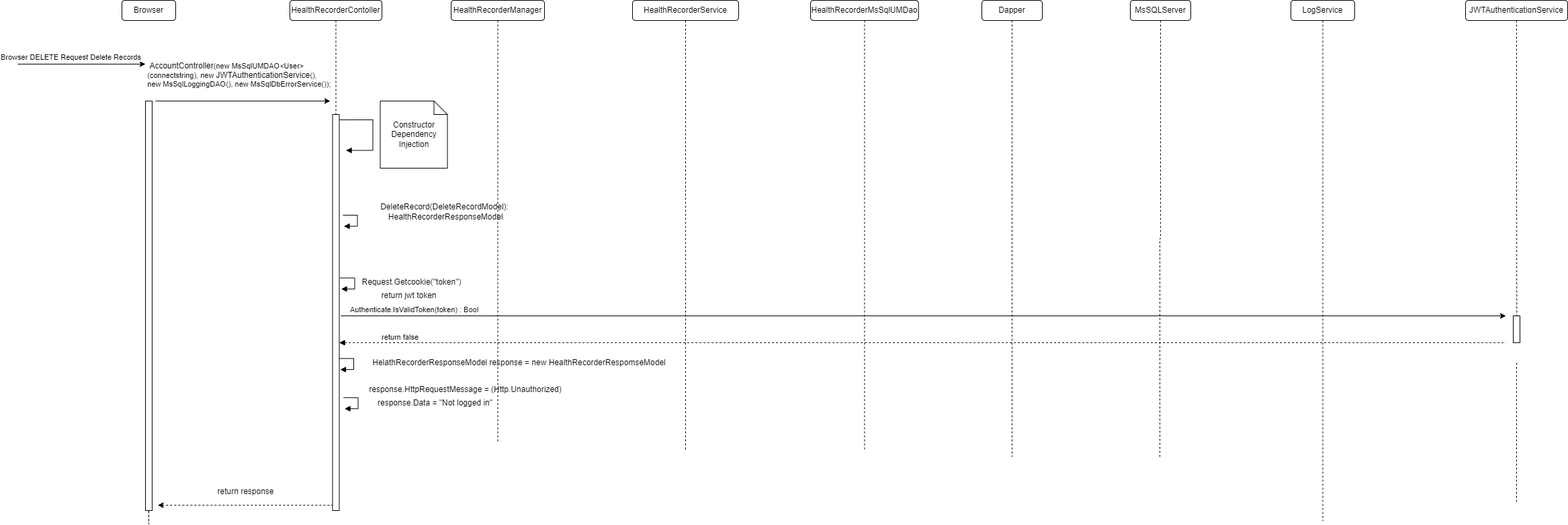
Before: Documents/Features/Feature - Health Recorder/DeleteRecords/DeleteRecord-No Cookie.drawio.png, a diagram exported from draw.io (Annihilator3180/CECS-491A-Senior-Project). Source tidied: cells renumbered, new cells last; positions are measured from the earlier drawing's top-left corner, leaving out a move shared by most shapes.
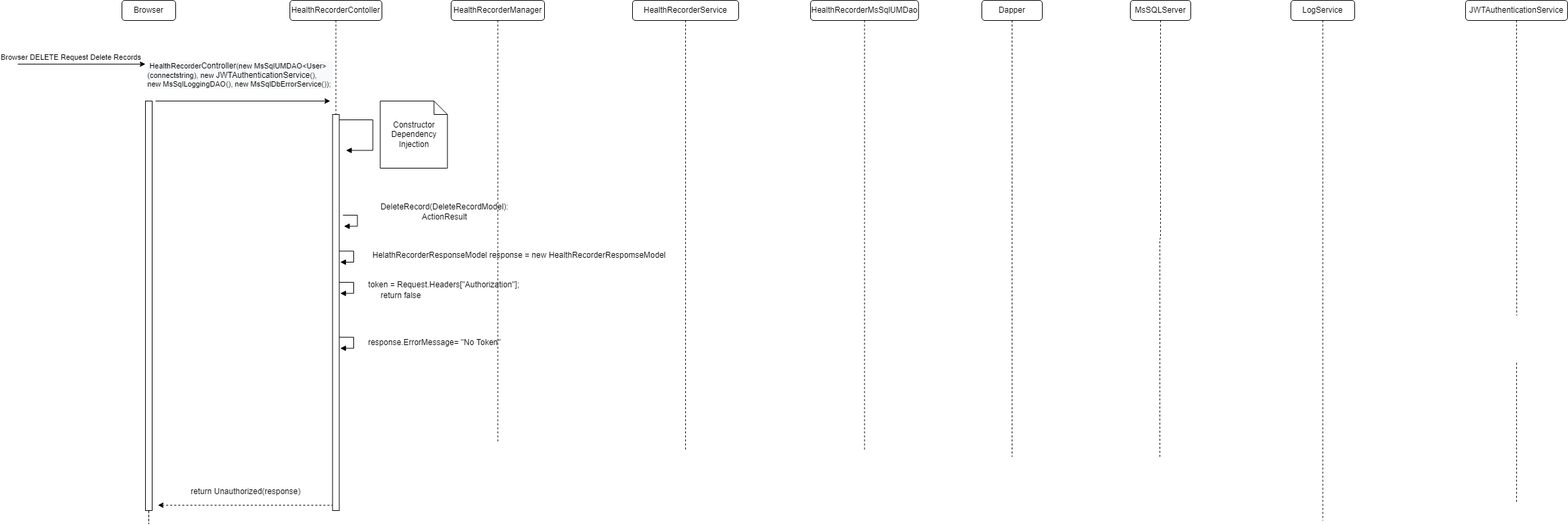
After the commit.

Change to the diagram source:
```diff
@@ -48,7 +48,7 @@
         <mxPoint x="465" y="150" as="targetPoint" />
       </mxGeometry>
     </mxCell>
-    <mxCell id="14" value="&lt;div style=&quot;text-align: left&quot;&gt;&amp;nbsp;&lt;span style=&quot;font-size: 12px ; text-align: center ; background-color: rgb(248 , 249 , 250)&quot;&gt;AccountController&lt;/span&gt;(new MsSqlUMDAO&amp;lt;User&amp;gt;&lt;br&gt;&lt;/div&gt;&lt;div style=&quot;text-align: left&quot;&gt;(connectstring), new&amp;nbsp;&lt;span style=&quot;font-size: 12px ; text-align: center ; background-color: rgb(248 , 249 , 250)&quot;&gt;JWTAuthenticationService&lt;/span&gt;(),&amp;nbsp;&lt;/div&gt;&lt;div style=&quot;text-align: left&quot;&gt;new MsSqlLoggingDAO(), new MsSqlDbErrorService());&amp;nbsp;&lt;/div&gt;" style="edgeLabel;html=1;align=center;verticalAlign=middle;" parent="13" vertex="1">
+    <mxCell id="14" value="&lt;div style=&quot;text-align: left&quot;&gt;&lt;div style=&quot;background-color: rgb(248 , 249 , 250)&quot;&gt;&amp;nbsp;HealthRecorder&lt;span style=&quot;font-size: 12px ; text-align: center&quot;&gt;Controller&lt;/span&gt;(new MsSqlUMDAO&amp;lt;User&amp;gt;&lt;br&gt;&lt;/div&gt;&lt;div style=&quot;background-color: rgb(248 , 249 , 250)&quot;&gt;(connectstring), new&amp;nbsp;&lt;span style=&quot;font-size: 12px ; text-align: center&quot;&gt;JWTAuthenticationService&lt;/span&gt;(),&amp;nbsp;&lt;/div&gt;&lt;div style=&quot;background-color: rgb(248 , 249 , 250)&quot;&gt;new MsSqlLoggingDAO(), new MsSqlDbErrorService());&amp;nbsp;&lt;/div&gt;&lt;/div&gt;" style="edgeLabel;html=1;align=center;verticalAlign=middle;" parent="13" vertex="1">
       <mxGeometry x="0.57" y="-1" relative="1" as="geometry">
         <mxPoint x="-79" y="-41" as="offset" />
       </mxGeometry>
@@ -66,8 +66,10 @@
     <mxCell id="16" value="Constructor Dependency Injection" style="shape=note;size=20;whiteSpace=wrap;html=1;" parent="1" vertex="1">
       <mxGeometry x="539.5" y="150" width="100" height="100" as="geometry" />
     </mxCell>
-    <mxCell id="17" style="edgeStyle=orthogonalEdgeStyle;rounded=0;jettySize=auto;html=1;dashed=1;endArrow=none;endFill=0;entryX=0.521;entryY=-0.012;entryDx=0;entryDy=0;entryPerimeter=0;" parent="1" edge="1" source="18" target="43">
-      <mxGeometry relative="1" as="geometry" />
+    <mxCell id="17" style="edgeStyle=orthogonalEdgeStyle;rounded=0;jettySize=auto;html=1;dashed=1;endArrow=none;endFill=0;entryX=0.521;entryY=-0.012;entryDx=0;entryDy=0;entryPerimeter=0;" parent="1" edge="1" source="18">
+      <mxGeometry relative="1" as="geometry">
+        <mxPoint x="2231.2" y="469.5" as="targetPoint" />
+      </mxGeometry>
     </mxCell>
     <mxCell id="18" value="JWTAuthenticationService" style="rounded=1;whiteSpace=wrap;html=1;" parent="1" vertex="1">
       <mxGeometry x="2155" width="152" height="30" as="geometry" />
@@ -118,31 +120,14 @@
         <mxPoint x="468.5" y="752" as="targetPoint" />
       </mxGeometry>
     </mxCell>
-    <mxCell id="29" value="return response" style="text;html=1;align=center;verticalAlign=middle;strokeColor=none;fillColor=none;" parent="1" vertex="1">
-      <mxGeometry x="288.5" y="722" width="100" height="20" as="geometry" />
+    <mxCell id="29" value="return Unauthorized(response)" style="text;html=1;align=center;verticalAlign=middle;strokeColor=none;fillColor=none;" parent="1" vertex="1">
+      <mxGeometry x="248.5" y="722" width="180" height="20" as="geometry" />
     </mxCell>
     <mxCell id="30" style="edgeStyle=orthogonalEdgeStyle;rounded=0;jettySize=auto;html=1;dashed=1;endArrow=none;endFill=0;" parent="1" edge="1" source="8">
       <mxGeometry relative="1" as="geometry">
         <mxPoint x="1942.5" y="775" as="targetPoint" />
       </mxGeometry>
     </mxCell>
-    <mxCell id="31" style="endArrow=block;endFill=1;html=1;edgeStyle=orthogonalEdgeStyle;align=left;verticalAlign=top;rounded=0;" parent="1" edge="1">
-      <mxGeometry x="-1" relative="1" as="geometry">
-        <mxPoint x="480" y="413.5" as="sourcePoint" />
-        <mxPoint x="481.5" y="430" as="targetPoint" />
-        <Array as="points">
-          <mxPoint x="501.5" y="414" />
-          <mxPoint x="501.5" y="430" />
-          <mxPoint x="481.5" y="430" />
-        </Array>
-      </mxGeometry>
-    </mxCell>
-    <mxCell id="32" value="Request.Getcookie(&quot;token&quot;)" style="text;html=1;align=center;verticalAlign=middle;strokeColor=none;fillColor=none;" parent="1" vertex="1">
-      <mxGeometry x="505.5" y="410" width="160" height="20" as="geometry" />
-    </mxCell>
-    <mxCell id="33" value="return jwt token" style="text;html=1;align=center;verticalAlign=middle;strokeColor=none;fillColor=none;" parent="1" vertex="1">
-      <mxGeometry x="531.5" y="430" width="100" height="20" as="geometry" />
-    </mxCell>
     <mxCell id="34" style="endArrow=block;endFill=1;html=1;edgeStyle=orthogonalEdgeStyle;align=left;verticalAlign=top;rounded=0;" parent="1" edge="1">
       <mxGeometry x="-1" relative="1" as="geometry">
         <mxPoint x="484" y="320" as="sourcePoint" />
@@ -154,67 +139,53 @@
         </Array>
       </mxGeometry>
     </mxCell>
-    <mxCell id="35" value="DeleteRecord(DeleteRecordModel):&lt;br&gt;&amp;nbsp;HealthRecorderResponseModel" style="text;html=1;align=center;verticalAlign=middle;strokeColor=none;fillColor=none;" parent="1" vertex="1">
+    <mxCell id="35" value="DeleteRecord(DeleteRecordModel):&lt;br&gt;ActionResult" style="text;html=1;align=center;verticalAlign=middle;strokeColor=none;fillColor=none;" parent="1" vertex="1">
       <mxGeometry x="530" y="300" width="210" height="30" as="geometry" />
     </mxCell>
     <mxCell id="36" style="endArrow=block;endFill=1;html=1;edgeStyle=orthogonalEdgeStyle;align=left;verticalAlign=top;rounded=0;" parent="1" edge="1">
       <mxGeometry x="-1" relative="1" as="geometry">
-        <mxPoint x="478.5" y="533.5" as="sourcePoint" />
-        <mxPoint x="480" y="550" as="targetPoint" />
+        <mxPoint x="478.5" y="373.5" as="sourcePoint" />
+        <mxPoint x="480" y="390" as="targetPoint" />
         <Array as="points">
-          <mxPoint x="500" y="534" />
-          <mxPoint x="500" y="550" />
-          <mxPoint x="480" y="550" />
+          <mxPoint x="500" y="374" />
+          <mxPoint x="500" y="390" />
+          <mxPoint x="480" y="390" />
         </Array>
       </mxGeometry>
     </mxCell>
     <mxCell id="37" value="HelathRecorderResponseModel response = new HealthRecorderRespomseModel" style="text;html=1;align=center;verticalAlign=middle;strokeColor=none;fillColor=none;" parent="1" vertex="1">
-      <mxGeometry x="521.2" y="530" width="450" height="20" as="geometry" />
+      <mxGeometry x="521.2" y="370" width="450" height="20" as="geometry" />
     </mxCell>
-    <mxCell id="38" value="response.HttpRequestMessage = (Http.Unauthorized)" style="text;html=1;align=center;verticalAlign=middle;strokeColor=none;fillColor=none;" parent="1" vertex="1">
-      <mxGeometry x="516" y="570" width="300" height="20" as="geometry" />
-    </mxCell>
-    <mxCell id="39" style="endArrow=classic;html=1;rounded=0;edgeStyle=orthogonalEdgeStyle;" parent="1" edge="1">
-      <mxGeometry relative="1" as="geometry">
-        <mxPoint x="480.5" y="470" as="sourcePoint" />
-        <mxPoint x="2215" y="470" as="targetPoint" />
-      </mxGeometry>
-    </mxCell>
-    <mxCell id="40" value="Authenticate.IsValidToken(token) : Bool" style="edgeLabel;html=1;align=center;verticalAlign=middle;" parent="39" vertex="1">
-      <mxGeometry relative="1" as="geometry">
-        <mxPoint x="-758" y="-10" as="offset" />
-      </mxGeometry>
-    </mxCell>
-    <mxCell id="41" style="endArrow=none;endFill=0;html=1;edgeStyle=orthogonalEdgeStyle;align=left;verticalAlign=top;rounded=0;startArrow=block;startFill=1;dashed=1;" parent="1" edge="1">
-      <mxGeometry x="-1" relative="1" as="geometry">
-        <mxPoint x="478.5" y="510" as="sourcePoint" />
-        <mxPoint x="2215" y="510" as="targetPoint" />
-        <Array as="points">
-          <mxPoint x="1801" y="510" />
-        </Array>
-      </mxGeometry>
-    </mxCell>
-    <mxCell id="42" value="return false" style="edgeLabel;html=1;align=left;verticalAlign=bottom;" parent="41" vertex="1">
-      <mxGeometry x="-1" relative="1" as="geometry">
-        <mxPoint x="61" as="offset" />
-      </mxGeometry>
-    </mxCell>
-    <mxCell id="43" style="html=1;points=[];perimeter=orthogonalPerimeter;" parent="1" vertex="1">
-      <mxGeometry x="2226" y="470" width="10" height="40" as="geometry" />
-    </mxCell>
-    <mxCell id="44" value="response.Data = &quot;Not logged in&quot;" style="text;html=1;align=center;verticalAlign=middle;strokeColor=none;fillColor=none;" parent="1" vertex="1">
-      <mxGeometry x="526" y="590" width="190" height="20" as="geometry" />
+    <mxCell id="44" value="response.ErrorMessage= &quot;No Token&quot;" style="text;html=1;align=center;verticalAlign=middle;strokeColor=none;fillColor=none;" parent="1" vertex="1">
+      <mxGeometry x="514.8" y="500" width="210" height="20" as="geometry" />
     </mxCell>
     <mxCell id="45" style="endArrow=block;endFill=1;html=1;edgeStyle=orthogonalEdgeStyle;align=left;verticalAlign=top;rounded=0;" parent="1" edge="1">
       <mxGeometry x="-1" relative="1" as="geometry">
-        <mxPoint x="485" y="591.8" as="sourcePoint" />
-        <mxPoint x="486.5" y="608.2" as="targetPoint" />
+        <mxPoint x="478.5" y="501.8" as="sourcePoint" />
+        <mxPoint x="480" y="518.2" as="targetPoint" />
         <Array as="points">
-          <mxPoint x="506.5" y="592.2" />
-          <mxPoint x="506.5" y="608.2" />
-          <mxPoint x="486.5" y="608.2" />
+          <mxPoint x="500" y="502.2" />
+          <mxPoint x="500" y="518.2" />
+          <mxPoint x="480" y="518.2" />
         </Array>
       </mxGeometry>
     </mxCell>
+    <mxCell id="46" style="endArrow=block;endFill=1;html=1;edgeStyle=orthogonalEdgeStyle;align=left;verticalAlign=top;rounded=0;" parent="1" edge="1">
+      <mxGeometry x="-1" relative="1" as="geometry">
+        <mxPoint x="478.5" y="420" as="sourcePoint" />
+        <mxPoint x="480" y="436.5" as="targetPoint" />
+        <Array as="points">
+          <mxPoint x="500" y="420.5" />
+          <mxPoint x="500" y="436.5" />
+          <mxPoint x="480" y="436.5" />
+        </Array>
+      </mxGeometry>
+    </mxCell>
+    <mxCell id="47" value="token = Request.Headers[&quot;Authorization&quot;];" style="text;whiteSpace=wrap;html=1;" parent="1" vertex="1">
+      <mxGeometry x="520" y="410" width="250" height="30" as="geometry" />
+    </mxCell>
+    <mxCell id="42" value="return false" style="text;html=1;align=center;verticalAlign=middle;strokeColor=none;fillColor=none;" parent="1" vertex="1">
+      <mxGeometry x="530" y="430" width="80" height="20" as="geometry" />
+    </mxCell>
   </root>
 </mxGraphModel>
```
